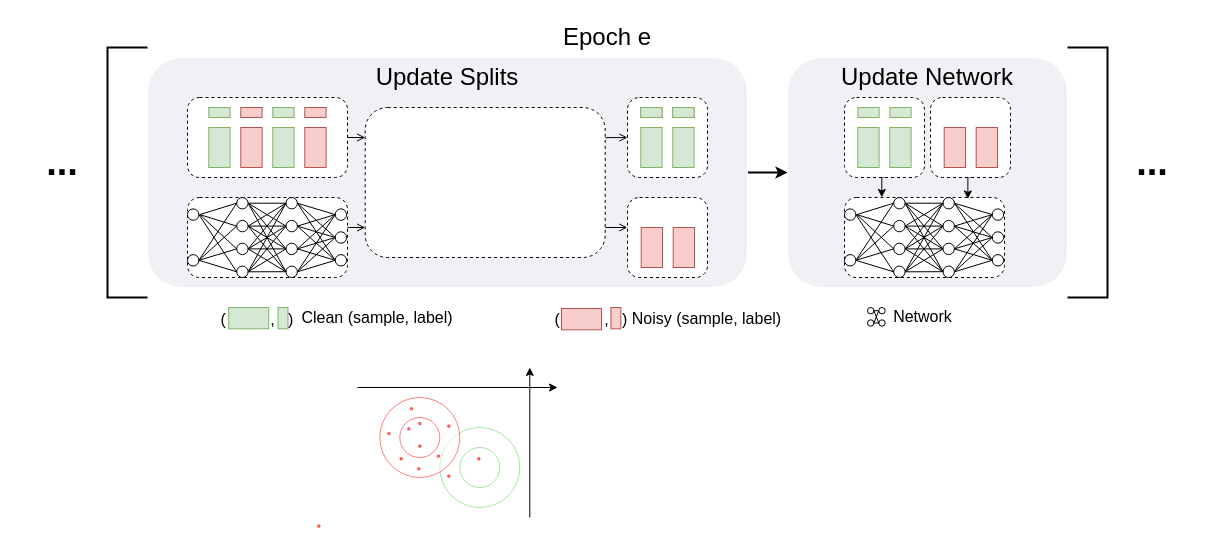
Before: asset/Untitled Diagram.drawio in ShiningSord/AutoNovel, a draw.io diagram. Source tidied: cells renumbered, new cells numbered last; positions are measured from the earlier drawing's top-left corner, leaving out a move shared by most shapes. Both pictures are drawn from the tidied source at 100%, with x=0, y=0 at pixel (17, 17).
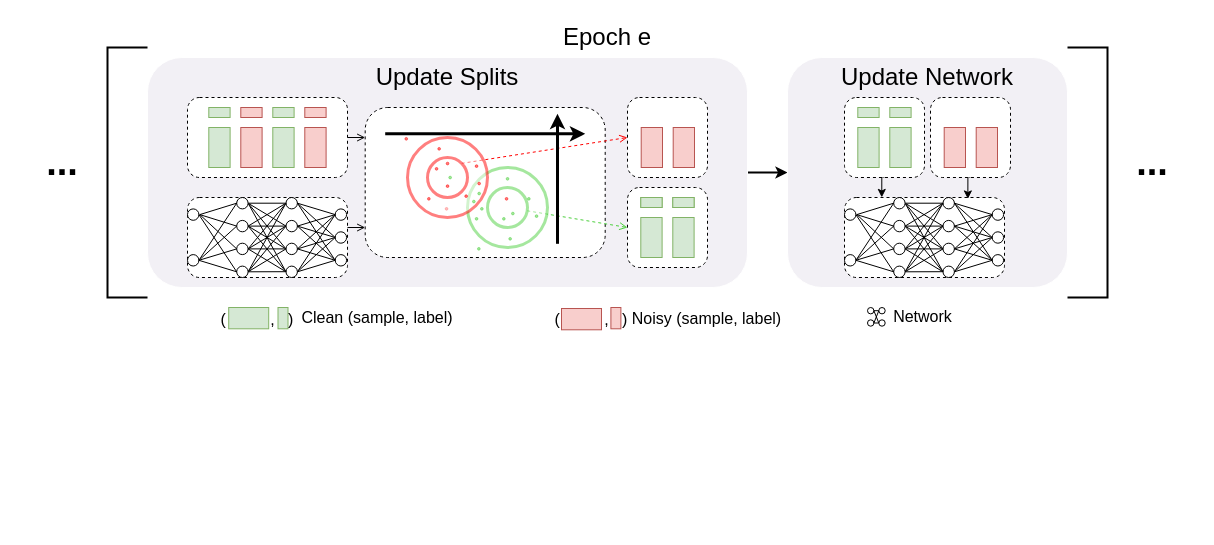
After the change.

Unchanged cells that the change refers to:
```xml
<mxCell id="56" style="rounded=1;whiteSpace=wrap;html=1;shadow=0;glass=0;dashed=1;sketch=0;strokeColor=#000000;strokeWidth=1;gradientColor=none;" parent="1" vertex="1">
  <mxGeometry x="347.7" y="90" width="240" height="150" as="geometry" />
</mxCell>
<mxCell id="61" style="rounded=1;whiteSpace=wrap;html=1;dashed=1;fillColor=#FFFFFF;glass=0;shadow=0;sketch=0;" parent="60" vertex="1">
  <mxGeometry width="80" height="80" as="geometry" />
</mxCell>
<mxCell id="69" style="rounded=1;whiteSpace=wrap;html=1;dashed=1;fillColor=#FFFFFF;glass=0;shadow=0;sketch=0;" parent="68" vertex="1">
  <mxGeometry width="80" height="80" as="geometry" />
</mxCell>
```

Diff of the diagram source:
```diff
@@
-    <mxCell id="58" style="edgeStyle=none;rounded=0;jettySize=auto;html=1;endArrow=open;endFill=0;entryX=-0.002;entryY=0.375;entryDx=0;entryDy=0;entryPerimeter=0;" parent="1" edge="1" target="69">
+    <mxCell id="58" style="edgeStyle=none;rounded=0;jettySize=auto;html=1;endArrow=open;endFill=0;exitX=1;exitY=0;exitDx=0;exitDy=0;dashed=1;strokeColor=#FF0000;" parent="1" edge="1" source="182">
       <mxGeometry relative="1" as="geometry">
-        <mxPoint x="588" y="210" as="sourcePoint" />
+        <mxPoint x="610" y="120" as="targetPoint" />
       </mxGeometry>
     </mxCell>
-    <mxCell id="59" style="edgeStyle=none;rounded=0;jettySize=auto;html=1;endArrow=open;endFill=0;entryX=0;entryY=0.5;entryDx=0;entryDy=0;exitX=1.001;exitY=0.201;exitDx=0;exitDy=0;exitPerimeter=0;" parent="1" edge="1" source="56" target="61">
+    <mxCell id="59" style="edgeStyle=none;rounded=0;jettySize=auto;html=1;endArrow=open;endFill=0;entryX=0;entryY=0.5;entryDx=0;entryDy=0;dashed=1;strokeColor=#4DD03E;" parent="1" edge="1" source="178" target="61">
       <mxGeometry relative="1" as="geometry" />
     </mxCell>
     <mxCell id="60" style="group;" parent="1" vertex="1">
-      <mxGeometry x="610" y="80" width="80" height="80" as="geometry" />
+      <mxGeometry x="610" y="170" width="80" height="80" as="geometry" />
     </mxCell>
@@
     <mxCell id="68" style="group;" parent="1" vertex="1">
-      <mxGeometry x="610" y="180" width="80" height="80" as="geometry" />
+      <mxGeometry x="610" y="80" width="80" height="80" as="geometry" />
     </mxCell>
@@
-    <mxCell id="175" style="group;" parent="1" vertex="1">
-      <mxGeometry x="340" y="350" width="200" height="150" as="geometry" />
-    </mxCell>
+    <mxCell id="196" style="group;" parent="1" vertex="1">
+      <mxGeometry x="367.7" y="90" width="200" height="150" as="geometry" />
+    </mxCell>
+    <mxCell id="194" style="ellipse;whiteSpace=wrap;html=1;rounded=0;shadow=0;glass=0;sketch=0;strokeColor=#FF0000;gradientColor=none;opacity=50;fillColor=#FF0000;" parent="196" vertex="1">
+      <mxGeometry x="60" y="100" width="2.7" height="2.7" as="geometry" />
+    </mxCell>
+    <mxCell id="197" style="ellipse;whiteSpace=wrap;html=1;rounded=0;shadow=0;glass=0;sketch=0;gradientColor=none;opacity=50;strokeColor=#4DD03E;fillColor=#4DD03E;" parent="196" vertex="1">
+      <mxGeometry x="92.3" y="140" width="2.7" height="2.7" as="geometry" />
+    </mxCell>
-    <mxCell id="176" style="group;" parent="175" vertex="1">
+    <mxCell id="176" style="group;strokeWidth=3;" parent="196" vertex="1">
       <mxGeometry x="82.3" y="60" width="80" height="80" as="geometry" />
     </mxCell>
-    <mxCell id="177" style="ellipse;whiteSpace=wrap;html=1;rounded=0;shadow=0;glass=0;sketch=0;fillColor=#FFFFFF;gradientColor=none;strokeColor=#4DD03E;opacity=50;" parent="176" vertex="1">
+    <mxCell id="177" style="ellipse;whiteSpace=wrap;html=1;rounded=0;shadow=0;glass=0;sketch=0;fillColor=#FFFFFF;gradientColor=none;strokeColor=#4DD03E;opacity=50;strokeWidth=3;" parent="176" vertex="1">
       <mxGeometry width="80" height="80" as="geometry" />
     </mxCell>
-    <mxCell id="178" style="ellipse;whiteSpace=wrap;html=1;rounded=0;shadow=0;glass=0;sketch=0;fillColor=#FFFFFF;gradientColor=none;strokeColor=#4DD03E;opacity=50;" parent="176" vertex="1">
+    <mxCell id="178" style="ellipse;whiteSpace=wrap;html=1;rounded=0;shadow=0;glass=0;sketch=0;fillColor=#FFFFFF;gradientColor=none;strokeColor=#4DD03E;opacity=50;strokeWidth=3;" parent="176" vertex="1">
       <mxGeometry x="20" y="20" width="40" height="40" as="geometry" />
     </mxCell>
@@
+    <mxCell id="195" style="ellipse;whiteSpace=wrap;html=1;rounded=0;shadow=0;glass=0;sketch=0;gradientColor=none;opacity=50;strokeColor=#4DD03E;fillColor=#4DD03E;" parent="176" vertex="1">
+      <mxGeometry x="38.7" y="10" width="2.7" height="2.7" as="geometry" />
+    </mxCell>
+    <mxCell id="198" style="ellipse;whiteSpace=wrap;html=1;rounded=0;shadow=0;glass=0;sketch=0;gradientColor=none;opacity=50;strokeColor=#4DD03E;fillColor=#4DD03E;" parent="176" vertex="1">
+      <mxGeometry x="41.3" y="70" width="2.7" height="2.7" as="geometry" />
+    </mxCell>
+    <mxCell id="199" style="ellipse;whiteSpace=wrap;html=1;rounded=0;shadow=0;glass=0;sketch=0;gradientColor=none;opacity=50;strokeColor=#4DD03E;fillColor=#4DD03E;" parent="176" vertex="1">
+      <mxGeometry x="35" y="50" width="2.7" height="2.7" as="geometry" />
+    </mxCell>
+    <mxCell id="200" style="ellipse;whiteSpace=wrap;html=1;rounded=0;shadow=0;glass=0;sketch=0;gradientColor=none;opacity=50;strokeColor=#4DD03E;fillColor=#4DD03E;" parent="176" vertex="1">
+      <mxGeometry x="67.7" y="47.3" width="2.7" height="2.7" as="geometry" />
+    </mxCell>
+    <mxCell id="201" style="ellipse;whiteSpace=wrap;html=1;rounded=0;shadow=0;glass=0;sketch=0;gradientColor=none;opacity=50;strokeColor=#4DD03E;fillColor=#4DD03E;" parent="176" vertex="1">
+      <mxGeometry x="44" y="44.7" width="2.7" height="2.7" as="geometry" />
+    </mxCell>
+    <mxCell id="202" style="ellipse;whiteSpace=wrap;html=1;rounded=0;shadow=0;glass=0;sketch=0;gradientColor=none;opacity=50;strokeColor=#4DD03E;fillColor=#4DD03E;" parent="176" vertex="1">
+      <mxGeometry x="60" y="30" width="2.7" height="2.7" as="geometry" />
+    </mxCell>
-    <mxCell id="180" style="group;" parent="175" vertex="1">
-      <mxGeometry x="22.3" y="30" width="80" height="80" as="geometry" />
+    <mxCell id="180" style="group;" parent="196" vertex="1">
+      <mxGeometry x="22.3" y="30" width="80" height="82.7" as="geometry" />
     </mxCell>
-    <mxCell id="181" style="ellipse;whiteSpace=wrap;html=1;rounded=0;shadow=0;glass=0;sketch=0;fillColor=#FFFFFF;gradientColor=none;opacity=50;strokeColor=#FF0000;" parent="180" vertex="1">
+    <mxCell id="181" style="ellipse;whiteSpace=wrap;html=1;rounded=0;shadow=0;glass=0;sketch=0;fillColor=#FFFFFF;gradientColor=none;opacity=50;strokeColor=#FF0000;strokeWidth=3;" parent="180" vertex="1">
       <mxGeometry width="80" height="80" as="geometry" />
     </mxCell>
-    <mxCell id="182" style="ellipse;whiteSpace=wrap;html=1;rounded=0;shadow=0;glass=0;sketch=0;fillColor=#FFFFFF;gradientColor=none;opacity=50;strokeColor=#FF0000;" parent="180" vertex="1">
+    <mxCell id="182" style="ellipse;whiteSpace=wrap;html=1;rounded=0;shadow=0;glass=0;sketch=0;fillColor=#FFFFFF;gradientColor=none;opacity=50;strokeColor=#FF0000;strokeWidth=3;" parent="180" vertex="1">
       <mxGeometry x="20" y="20" width="40" height="40" as="geometry" />
     </mxCell>
@@
     <mxCell id="187" style="ellipse;whiteSpace=wrap;html=1;rounded=0;shadow=0;glass=0;sketch=0;strokeColor=#FF0000;gradientColor=none;opacity=50;fillColor=#FF0000;" parent="180" vertex="1">
-      <mxGeometry x="67.7" y="77.3" width="2.7" height="2.7" as="geometry" />
+      <mxGeometry x="70.3" y="44.7" width="2.7" height="2.7" as="geometry" />
     </mxCell>
@@
+    <mxCell id="203" style="ellipse;whiteSpace=wrap;html=1;rounded=0;shadow=0;glass=0;sketch=0;gradientColor=none;opacity=50;strokeColor=#4DD03E;fillColor=#4DD03E;" parent="180" vertex="1">
+      <mxGeometry x="41.3" y="38.7" width="2.7" height="2.7" as="geometry" />
+    </mxCell>
+    <mxCell id="204" style="ellipse;whiteSpace=wrap;html=1;rounded=0;shadow=0;glass=0;sketch=0;gradientColor=none;opacity=50;strokeColor=#4DD03E;fillColor=#4DD03E;" parent="180" vertex="1">
+      <mxGeometry x="65" y="62.7" width="2.7" height="2.7" as="geometry" />
+    </mxCell>
+    <mxCell id="205" style="ellipse;whiteSpace=wrap;html=1;rounded=0;shadow=0;glass=0;sketch=0;gradientColor=none;opacity=50;strokeColor=#4DD03E;fillColor=#4DD03E;" parent="180" vertex="1">
+      <mxGeometry x="67.7" y="80" width="2.7" height="2.7" as="geometry" />
+    </mxCell>
+    <mxCell id="206" style="ellipse;whiteSpace=wrap;html=1;rounded=0;shadow=0;glass=0;sketch=0;gradientColor=none;opacity=50;strokeColor=#4DD03E;fillColor=#4DD03E;" parent="180" vertex="1">
+      <mxGeometry x="73" y="70" width="2.7" height="2.7" as="geometry" />
+    </mxCell>
+    <mxCell id="207" style="ellipse;whiteSpace=wrap;html=1;rounded=0;shadow=0;glass=0;sketch=0;gradientColor=none;opacity=50;strokeColor=#4DD03E;fillColor=#4DD03E;" parent="180" vertex="1">
+      <mxGeometry x="70.3" y="54.7" width="2.7" height="2.7" as="geometry" />
+    </mxCell>
-    <mxCell id="191" style="endArrow=classic;html=1;" parent="175" edge="1">
-      <mxGeometry relative="1" as="geometry">
-        <mxPoint y="20" as="sourcePoint" />
-        <mxPoint x="200" y="20" as="targetPoint" />
+    <mxCell id="191" style="endArrow=classic;html=1;strokeWidth=3;" parent="196" edge="1">
+      <mxGeometry x="277.7" y="-23.7" as="geometry">
+        <mxPoint y="26.3" as="sourcePoint" />
+        <mxPoint x="200" y="26.3" as="targetPoint" />
       </mxGeometry>
     </mxCell>
-    <mxCell id="192" style="endArrow=classic;html=1;" parent="175" edge="1">
-      <mxGeometry relative="1" as="geometry">
-        <mxPoint x="172.3" y="150" as="sourcePoint" />
-        <mxPoint x="172.3" as="targetPoint" />
+    <mxCell id="192" style="endArrow=classic;html=1;strokeWidth=3;" parent="196" edge="1">
+      <mxGeometry x="277.7" y="-23.7" as="geometry">
+        <mxPoint x="172.3" y="136.3" as="sourcePoint" />
+        <mxPoint x="172.3" y="6.3" as="targetPoint" />
       </mxGeometry>
     </mxCell>
-    <mxCell id="193" style="ellipse;whiteSpace=wrap;html=1;rounded=0;shadow=0;glass=0;sketch=0;strokeColor=#FF0000;gradientColor=none;opacity=50;fillColor=#FF0000;" parent="1" vertex="1">
-      <mxGeometry x="370" y="414.7" width="2.7" height="2.7" as="geometry" />
+    <mxCell id="193" style="ellipse;whiteSpace=wrap;html=1;rounded=0;shadow=0;glass=0;sketch=0;strokeColor=#FF0000;gradientColor=none;opacity=50;fillColor=#FF0000;" parent="196" vertex="1">
+      <mxGeometry x="19.7" y="30" width="2.7" height="2.7" as="geometry" />
     </mxCell>
-    <mxCell id="194" style="ellipse;whiteSpace=wrap;html=1;rounded=0;shadow=0;glass=0;sketch=0;strokeColor=#FF0000;gradientColor=none;opacity=50;fillColor=#FF0000;" parent="1" vertex="1">
-      <mxGeometry x="400" y="450" width="2.7" height="2.7" as="geometry" />
-    </mxCell>
-    <mxCell id="195" style="ellipse;whiteSpace=wrap;html=1;rounded=0;shadow=0;glass=0;sketch=0;strokeColor=#FF0000;gradientColor=none;opacity=50;fillColor=#FF0000;" parent="1" vertex="1">
-      <mxGeometry x="300" y="507.3" width="2.7" height="2.7" as="geometry" />
-    </mxCell>
```
